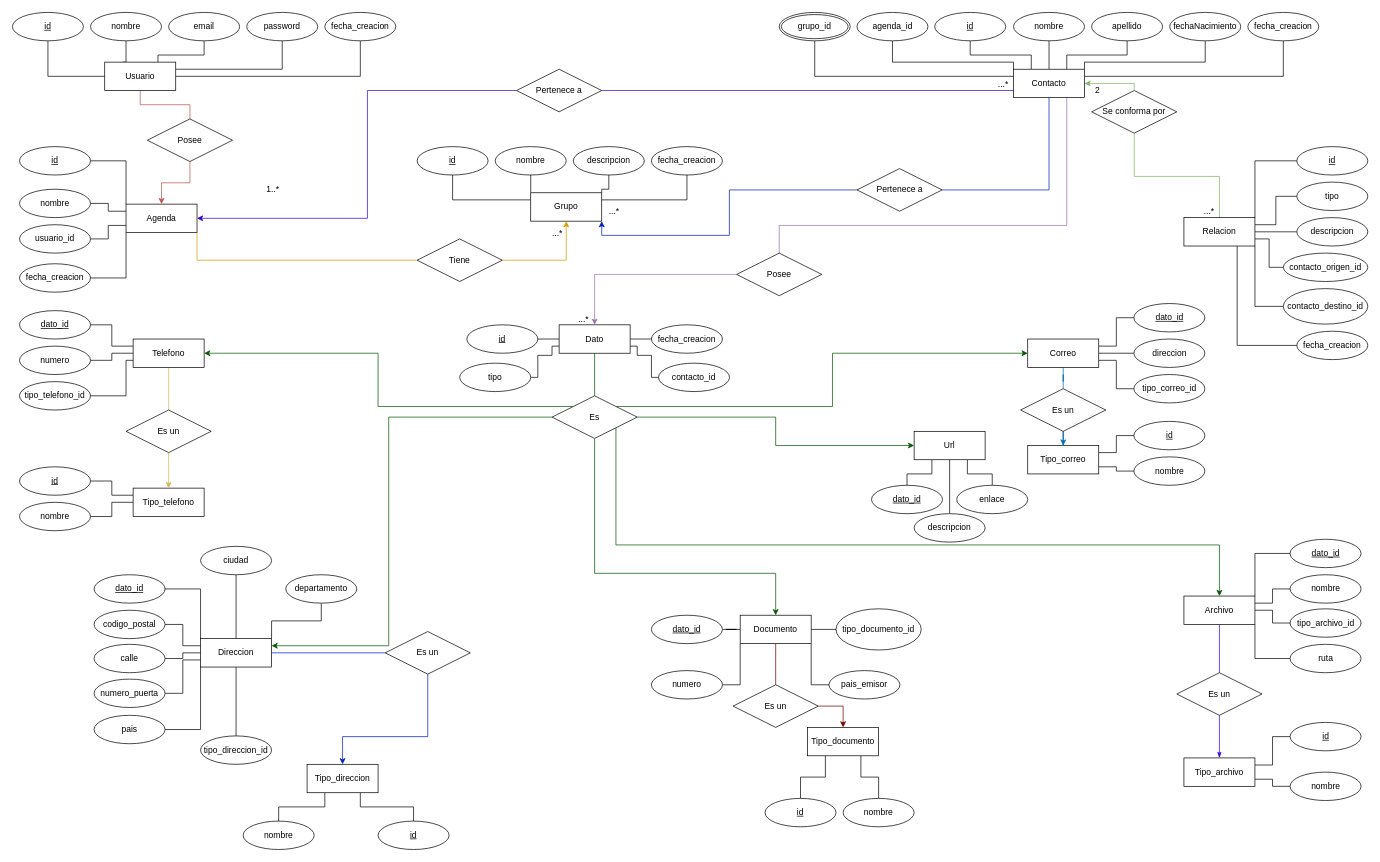
Before: Diagrama sin título.drawio in clara-s-n/ejercicio_sobre_repositorios, a draw.io diagram. Source tidied: cells renumbered, new cells numbered last; positions are measured from the earlier drawing's top-left corner, leaving out a move shared by most shapes. Both pictures are drawn from the tidied source at 71%, with x=0, y=0 at pixel (12, 12).
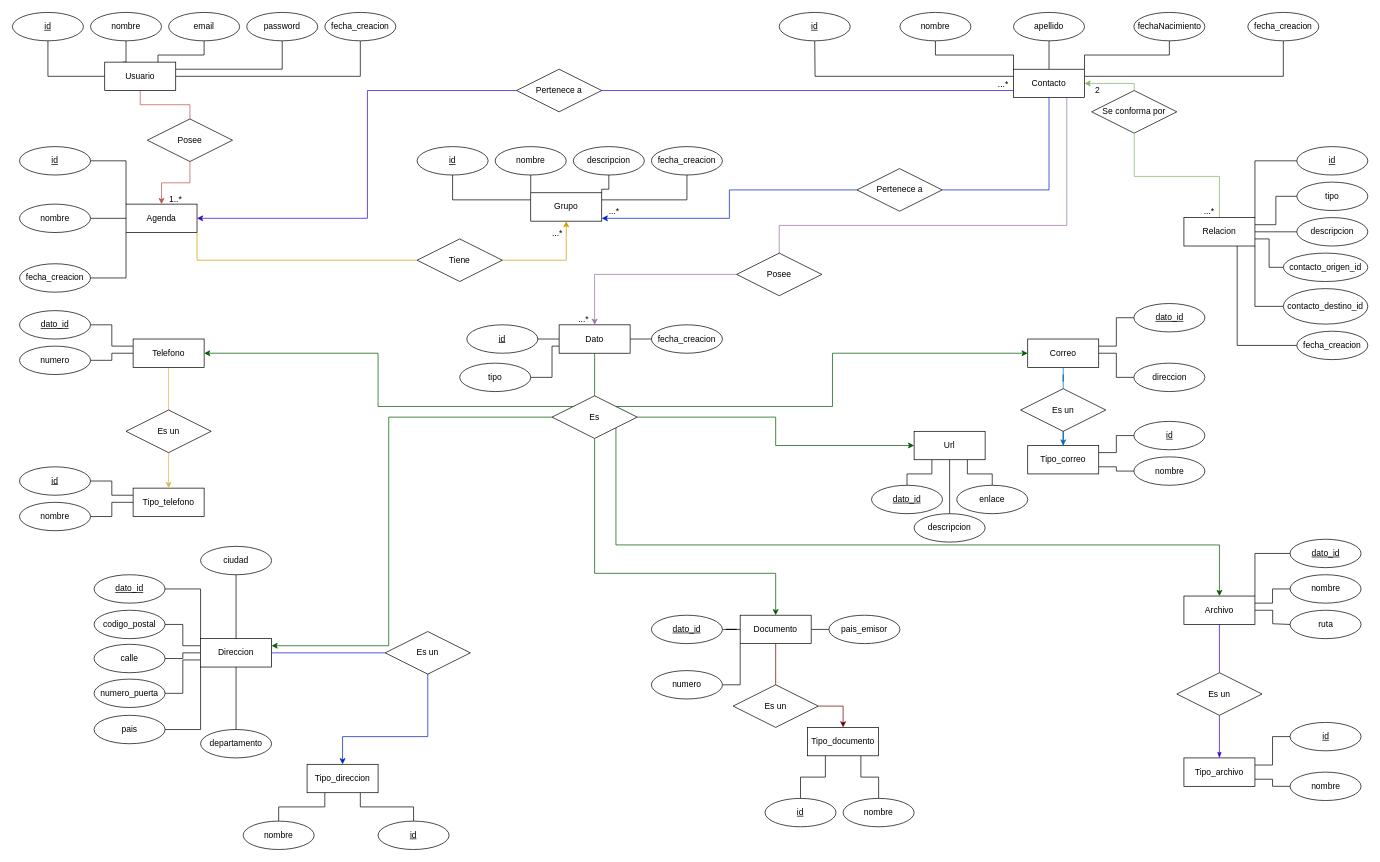
The same page after the edit.

The change refers to these unchanged cells:
```xml
<mxCell id="17" value="Agenda" style="whiteSpace=wrap;html=1;align=center;" parent="1" vertex="1">
  <mxGeometry x="160" y="270" width="100" height="40" as="geometry" />
</mxCell>
<mxCell id="32" value="Contacto" style="whiteSpace=wrap;html=1;align=center;" parent="1" vertex="1">
  <mxGeometry x="1410" y="80" width="100" height="40" as="geometry" />
</mxCell>
<mxCell id="64" value="Grupo" style="whiteSpace=wrap;html=1;align=center;" parent="1" vertex="1">
  <mxGeometry x="730" y="254" width="100" height="40" as="geometry" />
</mxCell>
<mxCell id="72" value="Pertenece a" style="shape=rhombus;perimeter=rhombusPerimeter;whiteSpace=wrap;html=1;align=center;" parent="1" vertex="1">
  <mxGeometry x="1189.5" y="220" width="120" height="60" as="geometry" />
</mxCell>
<mxCell id="78" value="Dato" style="whiteSpace=wrap;html=1;align=center;" parent="1" vertex="1">
  <mxGeometry x="770" y="440" width="100" height="40" as="geometry" />
</mxCell>
<mxCell id="83" value="tipo" style="ellipse;whiteSpace=wrap;html=1;align=center;" parent="1" vertex="1">
  <mxGeometry x="630" y="494" width="100" height="40" as="geometry" />
</mxCell>
<mxCell id="89" value="Telefono" style="whiteSpace=wrap;html=1;align=center;" parent="1" vertex="1">
  <mxGeometry x="170" y="460" width="100" height="40" as="geometry" />
</mxCell>
<mxCell id="118" value="Correo" style="whiteSpace=wrap;html=1;align=center;" parent="1" vertex="1">
  <mxGeometry x="1430" y="460" width="100" height="40" as="geometry" />
</mxCell>
<mxCell id="138" value="Direccion" style="whiteSpace=wrap;html=1;align=center;" parent="1" vertex="1">
  <mxGeometry x="265" y="882" width="100" height="40" as="geometry" />
</mxCell>
<mxCell id="168" value="Archivo" style="whiteSpace=wrap;html=1;align=center;" parent="1" vertex="1">
  <mxGeometry x="1650" y="822" width="100" height="40" as="geometry" />
</mxCell>
<mxCell id="178" value="Documento" style="whiteSpace=wrap;html=1;align=center;" parent="1" vertex="1">
  <mxGeometry x="1025" y="849" width="100" height="40" as="geometry" />
</mxCell>
<mxCell id="182" value="dato_&lt;span style=&quot;background-color: initial;&quot;&gt;id&lt;/span&gt;" style="ellipse;whiteSpace=wrap;html=1;align=center;fontStyle=4;" parent="1" vertex="1">
  <mxGeometry x="900" y="849" width="100" height="40" as="geometry" />
</mxCell>
<mxCell id="185" value="numero" style="ellipse;whiteSpace=wrap;html=1;align=center;" parent="1" vertex="1">
  <mxGeometry x="900" y="927" width="100" height="40" as="geometry" />
</mxCell>
```

The edit, as a diff of the source:
```diff
@@
-    <mxCell id="14" style="edgeStyle=orthogonalEdgeStyle;rounded=0;jettySize=auto;html=1;exitX=0;exitY=0.25;exitDx=0;exitDy=0;entryX=1;entryY=0.5;entryDx=0;entryDy=0;endArrow=none;endFill=0;" parent="1" edge="1" source="17" target="19">
-      <mxGeometry relative="1" as="geometry" />
-    </mxCell>
-    <mxCell id="15" style="edgeStyle=orthogonalEdgeStyle;rounded=0;jettySize=auto;html=1;exitX=0;exitY=0.75;exitDx=0;exitDy=0;entryX=1;entryY=0.5;entryDx=0;entryDy=0;endArrow=none;endFill=0;" parent="1" edge="1" source="17" target="18">
-      <mxGeometry relative="1" as="geometry" />
-    </mxCell>
@@
-    <mxCell id="18" value="usuario_id" style="ellipse;whiteSpace=wrap;html=1;align=center;" parent="1" vertex="1">
-      <mxGeometry x="10" y="299" width="100" height="40" as="geometry" />
-    </mxCell>
+    <mxCell id="198" style="edgeStyle=orthogonalEdgeStyle;rounded=0;jettySize=auto;html=1;endArrow=none;endFill=0;" parent="1" edge="1" source="19" target="17">
+      <mxGeometry relative="1" as="geometry" />
+    </mxCell>
     <mxCell id="19" value="nombre" style="ellipse;whiteSpace=wrap;html=1;align=center;" parent="1" vertex="1">
-      <mxGeometry x="10" y="249" width="100" height="40" as="geometry" />
+      <mxGeometry x="10" y="270" width="100" height="40" as="geometry" />
     </mxCell>
@@
     <mxCell id="22" value="1..*" style="html=1;whiteSpace=wrap;align=right;verticalAlign=bottom;" parent="1" vertex="1">
-      <mxGeometry x="370" y="250" as="geometry">
-        <mxPoint x="7" y="8" as="offset" />
+      <mxGeometry x="265" y="279" as="geometry">
+        <mxPoint x="-25" y="-8" as="offset" />
       </mxGeometry>
     </mxCell>
@@
-    <mxCell id="24" style="edgeStyle=orthogonalEdgeStyle;rounded=0;jettySize=auto;html=1;exitX=0.5;exitY=0;exitDx=0;exitDy=0;entryX=0.5;entryY=1;entryDx=0;entryDy=0;endArrow=none;endFill=0;" parent="1" edge="1" source="32" target="36">
-      <mxGeometry relative="1" as="geometry" />
-    </mxCell>
-    <mxCell id="25" style="edgeStyle=orthogonalEdgeStyle;rounded=0;jettySize=auto;html=1;exitX=0.25;exitY=0;exitDx=0;exitDy=0;entryX=0.5;entryY=1;entryDx=0;entryDy=0;endArrow=none;endFill=0;" parent="1" edge="1" source="32" target="33">
-      <mxGeometry relative="1" as="geometry" />
-    </mxCell>
-    <mxCell id="26" style="edgeStyle=orthogonalEdgeStyle;rounded=0;jettySize=auto;html=1;exitX=0.75;exitY=0;exitDx=0;exitDy=0;entryX=0.5;entryY=1;entryDx=0;entryDy=0;endArrow=none;endFill=0;" parent="1" edge="1" source="32" target="37">
-      <mxGeometry relative="1" as="geometry" />
-    </mxCell>
-    <mxCell id="27" style="edgeStyle=orthogonalEdgeStyle;rounded=0;jettySize=auto;html=1;exitX=1;exitY=0;exitDx=0;exitDy=0;endArrow=none;endFill=0;" parent="1" edge="1" source="32" target="38">
-      <mxGeometry relative="1" as="geometry">
-        <Array as="points">
-          <mxPoint x="1510" y="70" />
-          <mxPoint x="1680" y="70" />
-        </Array>
-      </mxGeometry>
-    </mxCell>
-    <mxCell id="28" style="edgeStyle=orthogonalEdgeStyle;rounded=0;jettySize=auto;html=1;exitX=0;exitY=0;exitDx=0;exitDy=0;entryX=0.5;entryY=1;entryDx=0;entryDy=0;endArrow=none;endFill=0;" parent="1" edge="1" source="32" target="194">
-      <mxGeometry relative="1" as="geometry">
-        <Array as="points">
-          <mxPoint x="1410" y="70" />
-          <mxPoint x="1240" y="70" />
-        </Array>
-      </mxGeometry>
-    </mxCell>
@@
-    <mxCell id="30" style="edgeStyle=orthogonalEdgeStyle;rounded=0;jettySize=auto;html=1;exitX=0;exitY=0.25;exitDx=0;exitDy=0;entryX=0.5;entryY=1;entryDx=0;entryDy=0;endArrow=none;endFill=0;" parent="1" edge="1" source="32" target="195">
-      <mxGeometry relative="1" as="geometry" />
+    <mxCell id="30" style="edgeStyle=orthogonalEdgeStyle;rounded=0;jettySize=auto;html=1;exitX=0;exitY=0.25;exitDx=0;exitDy=0;entryX=0.5;entryY=1;entryDx=0;entryDy=0;endArrow=none;endFill=0;" parent="1" edge="1" source="32">
+      <mxGeometry relative="1" as="geometry">
+        <mxPoint x="1130" y="40" as="targetPoint" />
+      </mxGeometry>
     </mxCell>
@@
+    <mxCell id="26" style="edgeStyle=orthogonalEdgeStyle;rounded=0;jettySize=auto;html=1;exitX=0.5;exitY=0;exitDx=0;exitDy=0;entryX=0.5;entryY=1;entryDx=0;entryDy=0;endArrow=none;endFill=0;" parent="1" edge="1" source="32" target="37">
+      <mxGeometry relative="1" as="geometry" />
+    </mxCell>
+    <mxCell id="24" style="edgeStyle=orthogonalEdgeStyle;rounded=0;jettySize=auto;html=1;exitX=0;exitY=0;exitDx=0;exitDy=0;entryX=0.5;entryY=1;entryDx=0;entryDy=0;endArrow=none;endFill=0;" parent="1" edge="1" source="32" target="36">
+      <mxGeometry relative="1" as="geometry" />
+    </mxCell>
+    <mxCell id="27" style="edgeStyle=orthogonalEdgeStyle;rounded=0;jettySize=auto;html=1;exitX=1;exitY=0;exitDx=0;exitDy=0;entryX=0.5;entryY=1;entryDx=0;entryDy=0;endArrow=none;endFill=0;" parent="1" edge="1" source="32" target="38">
+      <mxGeometry relative="1" as="geometry" />
+    </mxCell>
@@
     <mxCell id="33" value="id" style="ellipse;whiteSpace=wrap;html=1;align=center;fontStyle=4;" parent="1" vertex="1">
-      <mxGeometry x="1299" width="100" height="40" as="geometry" />
+      <mxGeometry x="1080" width="100" height="40" as="geometry" />
     </mxCell>
@@
     <mxCell id="36" value="nombre" style="ellipse;whiteSpace=wrap;html=1;align=center;" parent="1" vertex="1">
-      <mxGeometry x="1410" width="100" height="40" as="geometry" />
+      <mxGeometry x="1250" width="100" height="40" as="geometry" />
     </mxCell>
     <mxCell id="37" value="apellido" style="ellipse;whiteSpace=wrap;html=1;align=center;" parent="1" vertex="1">
-      <mxGeometry x="1520" width="100" height="40" as="geometry" />
+      <mxGeometry x="1410" width="100" height="40" as="geometry" />
     </mxCell>
     <mxCell id="38" value="fechaNacimiento" style="ellipse;whiteSpace=wrap;html=1;align=center;" parent="1" vertex="1">
-      <mxGeometry x="1630" width="100" height="40" as="geometry" />
+      <mxGeometry x="1579.5" width="100" height="40" as="geometry" />
     </mxCell>
@@
-    <mxCell id="63" style="edgeStyle=orthogonalEdgeStyle;rounded=0;jettySize=auto;html=1;exitX=1;exitY=1;exitDx=0;exitDy=0;entryX=0;entryY=0.5;entryDx=0;entryDy=0;startArrow=classic;startFill=1;endArrow=none;endFill=0;fillColor=#0050ef;strokeColor=#001DBC;" parent="1" edge="1" source="64" target="72">
+    <mxCell id="63" style="edgeStyle=orthogonalEdgeStyle;rounded=0;jettySize=auto;html=1;exitX=1;exitY=0.9;exitDx=0;exitDy=0;entryX=0;entryY=0.5;entryDx=0;entryDy=0;startArrow=classic;startFill=1;endArrow=none;endFill=0;fillColor=#0050ef;strokeColor=#001DBC;exitPerimeter=0;" parent="1" edge="1" source="64" target="72">
       <mxGeometry relative="1" as="geometry" />
     </mxCell>
@@
     <mxCell id="74" style="edgeStyle=orthogonalEdgeStyle;rounded=0;jettySize=auto;html=1;exitX=0;exitY=0.75;exitDx=0;exitDy=0;entryX=1;entryY=0.5;entryDx=0;entryDy=0;endArrow=none;endFill=0;" parent="1" edge="1" source="78" target="83">
       <mxGeometry relative="1" as="geometry">
         <Array as="points">
           <mxPoint x="760" y="470" />
-          <mxPoint x="760" y="483" />
-          <mxPoint x="740" y="483" />
+          <mxPoint x="760" y="514" />
         </Array>
       </mxGeometry>
     </mxCell>
@@
-    <mxCell id="76" style="edgeStyle=orthogonalEdgeStyle;rounded=0;jettySize=auto;html=1;exitX=1;exitY=0.75;exitDx=0;exitDy=0;entryX=0;entryY=0.5;entryDx=0;entryDy=0;endArrow=none;endFill=0;" parent="1" edge="1" source="78" target="84">
-      <mxGeometry relative="1" as="geometry">
-        <Array as="points">
-          <mxPoint x="880" y="470" />
-          <mxPoint x="880" y="483" />
-          <mxPoint x="900" y="483" />
-        </Array>
-      </mxGeometry>
-    </mxCell>
@@
-    <mxCell id="84" value="contacto_id" style="ellipse;whiteSpace=wrap;html=1;align=center;" parent="1" vertex="1">
-      <mxGeometry x="910" y="494" width="100" height="40" as="geometry" />
-    </mxCell>
@@
-    <mxCell id="87" style="edgeStyle=orthogonalEdgeStyle;rounded=0;jettySize=auto;html=1;exitX=0;exitY=0.75;exitDx=0;exitDy=0;entryX=1;entryY=0.5;entryDx=0;entryDy=0;endArrow=none;endFill=0;" parent="1" edge="1" source="89" target="92">
-      <mxGeometry relative="1" as="geometry">
-        <Array as="points">
-          <mxPoint x="160" y="490" />
-          <mxPoint x="160" y="540" />
-        </Array>
-      </mxGeometry>
-    </mxCell>
@@
-    <mxCell id="92" value="tipo_telefono_id" style="ellipse;whiteSpace=wrap;html=1;align=center;" parent="1" vertex="1">
-      <mxGeometry x="10" y="520" width="100" height="40" as="geometry" />
-    </mxCell>
@@
-    <mxCell id="115" style="edgeStyle=orthogonalEdgeStyle;rounded=0;jettySize=auto;html=1;exitX=1;exitY=0.75;exitDx=0;exitDy=0;entryX=0;entryY=0.5;entryDx=0;entryDy=0;endArrow=none;endFill=0;" parent="1" edge="1" source="118" target="121">
-      <mxGeometry relative="1" as="geometry" />
-    </mxCell>
@@
     <mxCell id="119" value="direccion" style="ellipse;whiteSpace=wrap;html=1;align=center;" parent="1" vertex="1">
-      <mxGeometry x="1579.5" y="460" width="100" height="40" as="geometry" />
+      <mxGeometry x="1579.5" y="494" width="100" height="40" as="geometry" />
     </mxCell>
@@
-    <mxCell id="121" value="tipo_correo_id" style="ellipse;whiteSpace=wrap;html=1;align=center;" parent="1" vertex="1">
-      <mxGeometry x="1579.5" y="510" width="100" height="40" as="geometry" />
-    </mxCell>
@@
-    <mxCell id="130" style="edgeStyle=orthogonalEdgeStyle;rounded=0;jettySize=auto;html=1;exitX=1;exitY=0;exitDx=0;exitDy=0;entryX=0.5;entryY=1;entryDx=0;entryDy=0;endArrow=none;endFill=0;" parent="1" edge="1" source="138" target="150">
-      <mxGeometry relative="1" as="geometry" />
-    </mxCell>
@@
-    <mxCell id="136" style="edgeStyle=orthogonalEdgeStyle;rounded=0;jettySize=auto;html=1;exitX=0.5;exitY=1;exitDx=0;exitDy=0;entryX=0.5;entryY=0;entryDx=0;entryDy=0;endArrow=none;endFill=0;" parent="1" edge="1" source="138" target="153">
-      <mxGeometry relative="1" as="geometry" />
-    </mxCell>
@@
+    <mxCell id="130" style="edgeStyle=orthogonalEdgeStyle;rounded=0;jettySize=auto;html=1;exitX=0.5;exitY=1;exitDx=0;exitDy=0;endArrow=none;endFill=0;" parent="1" edge="1" source="138" target="150">
+      <mxGeometry relative="1" as="geometry" />
+    </mxCell>
@@
     <mxCell id="150" value="departamento" style="ellipse;whiteSpace=wrap;html=1;align=center;" parent="1" vertex="1">
-      <mxGeometry x="385" y="792" width="100" height="40" as="geometry" />
+      <mxGeometry x="265" y="1010" width="100" height="40" as="geometry" />
     </mxCell>
@@
-    <mxCell id="153" value="tipo_direccion_id" style="ellipse;whiteSpace=wrap;html=1;align=center;" parent="1" vertex="1">
-      <mxGeometry x="265" y="1019" width="100" height="40" as="geometry" />
-    </mxCell>
@@
-    <mxCell id="164" style="edgeStyle=orthogonalEdgeStyle;rounded=0;jettySize=auto;html=1;endArrow=none;endFill=0;" parent="1" edge="1" source="168" target="171">
-      <mxGeometry relative="1" as="geometry" />
+    <mxCell id="164" style="edgeStyle=orthogonalEdgeStyle;rounded=0;jettySize=auto;html=1;endArrow=none;endFill=0;entryX=0;entryY=0.5;entryDx=0;entryDy=0;" parent="1" edge="1" source="168" target="172">
+      <mxGeometry relative="1" as="geometry">
+        <Array as="points">
+          <mxPoint x="1775" y="842" />
+          <mxPoint x="1775" y="861" />
+        </Array>
+      </mxGeometry>
     </mxCell>
-    <mxCell id="165" style="edgeStyle=orthogonalEdgeStyle;rounded=0;jettySize=auto;html=1;exitX=1;exitY=1;exitDx=0;exitDy=0;entryX=0;entryY=0.5;entryDx=0;entryDy=0;endArrow=none;endFill=0;" parent="1" edge="1" source="168" target="172">
-      <mxGeometry relative="1" as="geometry" />
-    </mxCell>
@@
-    <mxCell id="171" value="tipo_archivo_id" style="ellipse;whiteSpace=wrap;html=1;align=center;" parent="1" vertex="1">
-      <mxGeometry x="1799.5" y="840" width="100" height="40" as="geometry" />
-    </mxCell>
     <mxCell id="172" value="ruta" style="ellipse;whiteSpace=wrap;html=1;align=center;" parent="1" vertex="1">
-      <mxGeometry x="1799.5" y="890" width="100" height="40" as="geometry" />
+      <mxGeometry x="1799.5" y="842" width="100" height="40" as="geometry" />
     </mxCell>
@@
+    <mxCell id="175" style="edgeStyle=orthogonalEdgeStyle;rounded=0;jettySize=auto;html=1;exitX=0;exitY=1;exitDx=0;exitDy=0;entryX=1;entryY=0.5;entryDx=0;entryDy=0;endArrow=none;endFill=0;" parent="1" edge="1" source="178" target="185">
+      <mxGeometry relative="1" as="geometry" />
+    </mxCell>
+    <mxCell id="177" style="edgeStyle=orthogonalEdgeStyle;rounded=0;jettySize=auto;html=1;exitX=0;exitY=0.5;exitDx=0;exitDy=0;endArrow=none;endFill=0;" parent="1" edge="1" source="178" target="182">
+      <mxGeometry relative="1" as="geometry" />
+    </mxCell>
-    <mxCell id="174" style="edgeStyle=orthogonalEdgeStyle;rounded=0;jettySize=auto;html=1;exitX=1;exitY=1;exitDx=0;exitDy=0;entryX=0;entryY=0.5;entryDx=0;entryDy=0;endArrow=none;endFill=0;" parent="1" edge="1" source="178" target="183">
+    <mxCell id="174" style="edgeStyle=orthogonalEdgeStyle;rounded=0;jettySize=auto;html=1;exitX=1;exitY=0.5;exitDx=0;exitDy=0;entryX=0;entryY=0.5;entryDx=0;entryDy=0;endArrow=none;endFill=0;" parent="1" edge="1" source="178" target="183">
       <mxGeometry relative="1" as="geometry" />
     </mxCell>
-    <mxCell id="175" style="edgeStyle=orthogonalEdgeStyle;rounded=0;jettySize=auto;html=1;exitX=0;exitY=1;exitDx=0;exitDy=0;entryX=1;entryY=0.5;entryDx=0;entryDy=0;endArrow=none;endFill=0;" parent="1" edge="1" source="178" target="185">
-      <mxGeometry relative="1" as="geometry" />
-    </mxCell>
-    <mxCell id="176" style="edgeStyle=orthogonalEdgeStyle;rounded=0;jettySize=auto;html=1;exitX=1;exitY=0.5;exitDx=0;exitDy=0;entryX=0;entryY=0.5;entryDx=0;entryDy=0;endArrow=none;endFill=0;" parent="1" edge="1" source="178" target="184">
-      <mxGeometry relative="1" as="geometry" />
-    </mxCell>
-    <mxCell id="177" style="edgeStyle=orthogonalEdgeStyle;rounded=0;jettySize=auto;html=1;exitX=0;exitY=0.5;exitDx=0;exitDy=0;endArrow=none;endFill=0;" parent="1" edge="1" source="178" target="182">
-      <mxGeometry relative="1" as="geometry" />
-    </mxCell>
@@
     <mxCell id="183" value="pais_emisor" style="ellipse;whiteSpace=wrap;html=1;align=center;" parent="1" vertex="1">
-      <mxGeometry x="1150" y="927" width="100" height="40" as="geometry" />
+      <mxGeometry x="1150" y="849" width="100" height="40" as="geometry" />
     </mxCell>
-    <mxCell id="184" value="tipo_documento_id" style="ellipse;whiteSpace=wrap;html=1;align=center;" parent="1" vertex="1">
-      <mxGeometry x="1160" y="840" width="120" height="58" as="geometry" />
-    </mxCell>
@@
-    <mxCell id="194" value="agenda_id" style="ellipse;whiteSpace=wrap;html=1;align=center;" parent="1" vertex="1">
-      <mxGeometry x="1189.5" width="100" height="40" as="geometry" />
-    </mxCell>
-    <mxCell id="195" value="grupo_id" style="ellipse;shape=doubleEllipse;margin=3;whiteSpace=wrap;html=1;align=center;" parent="1" vertex="1">
-      <mxGeometry x="1080" width="100" height="40" as="geometry" />
-    </mxCell>
```
